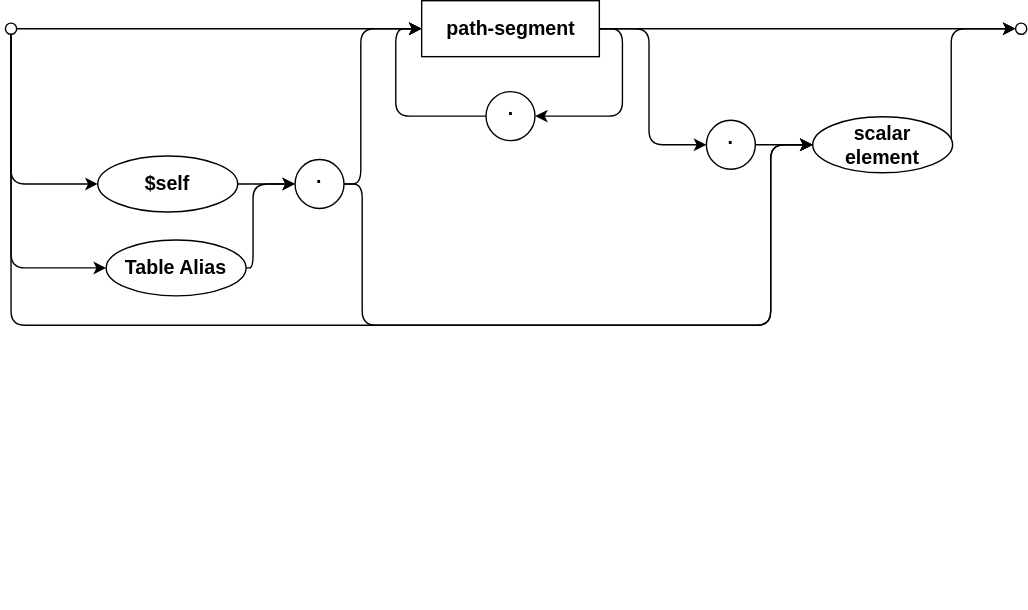
capire/docs keeps this draw.io diagram as assets/cxl/ref.drawio.svg. Above is the earlier version. Source tidied: cells renumbered, new cells last; positions are measured from the earlier drawing's top-left corner, leaving out a move shared by most shapes.
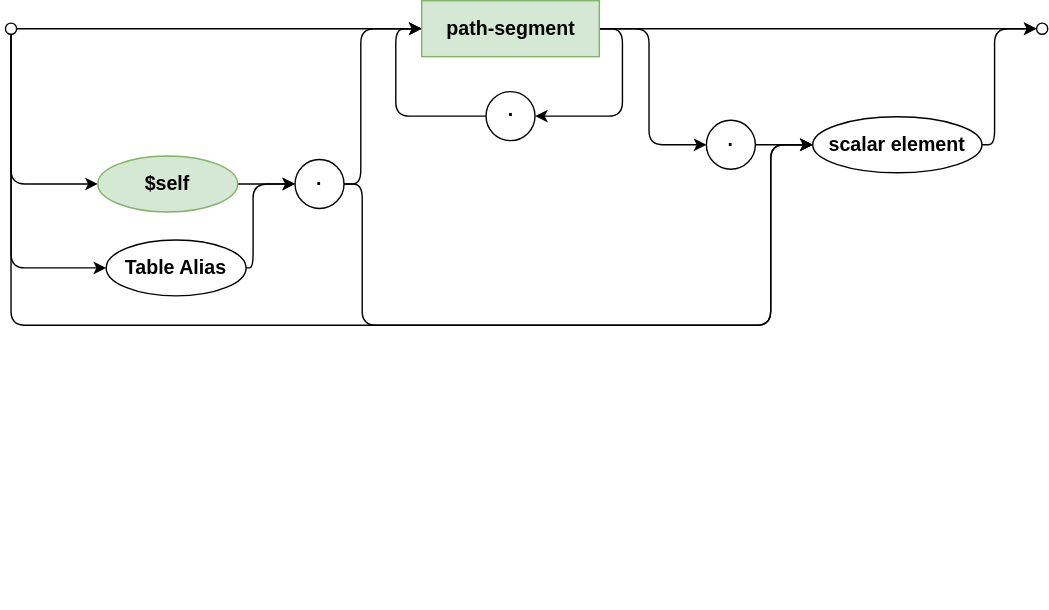
Above is the later version.

Diff of the diagram source:
```diff
@@ -24,25 +24,25 @@
     <mxCell id="7" style="edgeStyle=none;html=1;entryX=0;entryY=0.5;entryDx=0;entryDy=0;exitX=1;exitY=0.5;exitDx=0;exitDy=0;strokeWidth=1;fontSize=14;verticalAlign=middle;fontStyle=1;textDirection=ltr;" parent="1" edge="1" source="21" target="10">
       <mxGeometry relative="1" as="geometry" />
     </mxCell>
-    <mxCell id="8" value="." style="ellipse;whiteSpace=wrap;html=1;fontStyle=1;fontSize=14;verticalAlign=middle;spacingBottom=11;strokeWidth=1;textDirection=ltr;" parent="1" vertex="1">
+    <mxCell id="8" value="." style="ellipse;whiteSpace=wrap;html=1;fontStyle=1;fontSize=14;verticalAlign=top;spacingBottom=11;strokeWidth=1;textDirection=ltr;spacing=0;" parent="1" vertex="1">
       <mxGeometry x="207" y="113.5" width="35" height="35" as="geometry" />
     </mxCell>
-    <mxCell id="9" value="." style="ellipse;whiteSpace=wrap;html=1;fontStyle=1;fontSize=14;verticalAlign=middle;spacingBottom=11;strokeWidth=1;textDirection=ltr;" parent="1" vertex="1">
+    <mxCell id="9" value="." style="ellipse;whiteSpace=wrap;html=1;fontStyle=1;fontSize=14;verticalAlign=top;spacingBottom=11;strokeWidth=1;textDirection=ltr;spacing=0;" parent="1" vertex="1">
       <mxGeometry x="343.5" y="65" width="35" height="35" as="geometry" />
     </mxCell>
     <mxCell id="10" style="ellipse;whiteSpace=wrap;html=1;strokeWidth=1;fontSize=14;verticalAlign=middle;fontStyle=1;textDirection=ltr;" parent="1" vertex="1">
-      <mxGeometry x="722" y="16" width="8" height="8" as="geometry" />
+      <mxGeometry x="737" y="16" width="8" height="8" as="geometry" />
     </mxCell>
     <mxCell id="11" style="edgeStyle=none;html=1;entryX=0;entryY=0.5;entryDx=0;entryDy=0;exitX=1;exitY=0.5;exitDx=0;exitDy=0;strokeWidth=1;fontSize=14;verticalAlign=middle;fontStyle=1;textDirection=ltr;" parent="1" edge="1" source="12" target="20">
       <mxGeometry relative="1" as="geometry" />
     </mxCell>
-    <mxCell id="12" value="." style="ellipse;whiteSpace=wrap;html=1;fontStyle=1;fontSize=14;verticalAlign=middle;spacingBottom=11;strokeWidth=1;textDirection=ltr;" parent="1" vertex="1">
+    <mxCell id="12" value="." style="ellipse;whiteSpace=wrap;html=1;fontStyle=1;fontSize=14;verticalAlign=top;spacingBottom=11;strokeWidth=1;textDirection=ltr;spacing=0;" parent="1" vertex="1">
       <mxGeometry x="501" y="85.5" width="35" height="35" as="geometry" />
     </mxCell>
     <mxCell id="13" style="edgeStyle=elbowEdgeStyle;html=1;labelBackgroundColor=none;rounded=1;elbow=horizontal;endArrow=classic;endFill=1;align=left;exitX=1;exitY=0.5;exitDx=0;exitDy=0;entryX=0;entryY=0.5;entryDx=0;entryDy=0;strokeWidth=1;fontSize=14;verticalAlign=middle;fontStyle=1;textDirection=ltr;" parent="1" edge="1" source="20" target="10">
       <mxGeometry relative="1" as="geometry">
         <Array as="points">
-          <mxPoint x="676" y="63" />
+          <mxPoint x="707" y="64" />
         </Array>
       </mxGeometry>
     </mxCell>
@@ -74,7 +74,7 @@
         </Array>
       </mxGeometry>
     </mxCell>
-    <mxCell id="18" value="&lt;span style=&quot;color: rgb(0, 0, 0);&quot;&gt;$self&lt;/span&gt;" style="ellipse;whiteSpace=wrap;html=1;align=center;newEdgeStyle={&quot;edgeStyle&quot;:&quot;entityRelationEdgeStyle&quot;,&quot;startArrow&quot;:&quot;none&quot;,&quot;endArrow&quot;:&quot;none&quot;,&quot;segment&quot;:10,&quot;curved&quot;:1,&quot;sourcePerimeterSpacing&quot;:0,&quot;targetPerimeterSpacing&quot;:0};strokeWidth=1;fontSize=14;verticalAlign=middle;fontStyle=1;textDirection=ltr;" parent="1" vertex="1">
+    <mxCell id="18" value="&lt;span style=&quot;color: rgb(0, 0, 0);&quot;&gt;$self&lt;/span&gt;" style="ellipse;whiteSpace=wrap;html=1;align=center;newEdgeStyle={&quot;edgeStyle&quot;:&quot;entityRelationEdgeStyle&quot;,&quot;startArrow&quot;:&quot;none&quot;,&quot;endArrow&quot;:&quot;none&quot;,&quot;segment&quot;:10,&quot;curved&quot;:1,&quot;sourcePerimeterSpacing&quot;:0,&quot;targetPerimeterSpacing&quot;:0};strokeWidth=1;fontSize=14;verticalAlign=middle;fontStyle=1;textDirection=ltr;fillColor=#d5e8d4;strokeColor=#82b366;" parent="1" vertex="1">
       <mxGeometry x="66" y="111" width="100" height="40" as="geometry" />
     </mxCell>
     <mxCell id="19" value="Table Alias" style="ellipse;whiteSpace=wrap;html=1;align=center;newEdgeStyle={&quot;edgeStyle&quot;:&quot;entityRelationEdgeStyle&quot;,&quot;startArrow&quot;:&quot;none&quot;,&quot;endArrow&quot;:&quot;none&quot;,&quot;segment&quot;:10,&quot;curved&quot;:1,&quot;sourcePerimeterSpacing&quot;:0,&quot;targetPerimeterSpacing&quot;:0};strokeWidth=1;fontSize=14;verticalAlign=middle;fontStyle=1;textDirection=ltr;" parent="1" vertex="1">
@@ -82,10 +82,10 @@
     </mxCell>
     <object id="20" label="&lt;span style=&quot;color: rgb(0, 0, 0);&quot;&gt;scalar element&lt;/span&gt;" placeholders="1">
       <mxCell style="ellipse;whiteSpace=wrap;html=1;align=center;newEdgeStyle={&quot;edgeStyle&quot;:&quot;entityRelationEdgeStyle&quot;,&quot;startArrow&quot;:&quot;none&quot;,&quot;endArrow&quot;:&quot;none&quot;,&quot;segment&quot;:10,&quot;curved&quot;:1,&quot;sourcePerimeterSpacing&quot;:0,&quot;targetPerimeterSpacing&quot;:0};strokeWidth=1;fontSize=14;verticalAlign=middle;fontStyle=1;textDirection=ltr;spacing=4;" parent="1" vertex="1">
-        <mxGeometry x="577" y="83" width="100" height="40" as="geometry" />
+        <mxGeometry x="577" y="83" width="121" height="40" as="geometry" />
       </mxCell>
     </object>
-    <mxCell id="21" value="path-segment" style="rounded=0;whiteSpace=wrap;html=1;strokeWidth=1;arcSize=37;fontSize=14;verticalAlign=middle;fontStyle=1;textDirection=ltr;" parent="1" vertex="1">
+    <mxCell id="21" value="path-segment" style="rounded=0;whiteSpace=wrap;html=1;strokeWidth=1;arcSize=37;fontSize=14;verticalAlign=middle;fontStyle=1;textDirection=ltr;fillColor=#d5e8d4;strokeColor=#82b366;" parent="1" vertex="1">
       <mxGeometry x="297.5" width="127" height="40" as="geometry" />
     </mxCell>
     <mxCell id="22" style="edgeStyle=orthogonalEdgeStyle;rounded=1;jettySize=auto;html=1;exitX=0.5;exitY=1;exitDx=0;exitDy=0;entryX=0;entryY=0.5;entryDx=0;entryDy=0;startArrow=none;startFill=0;endArrow=classic;endFill=1;startSize=6;endSize=6;align=center;fontSize=14;labelBackgroundColor=none;strokeWidth=1;verticalAlign=middle;fontStyle=1;textDirection=ltr;" parent="1" edge="1" source="4" target="19">
```
